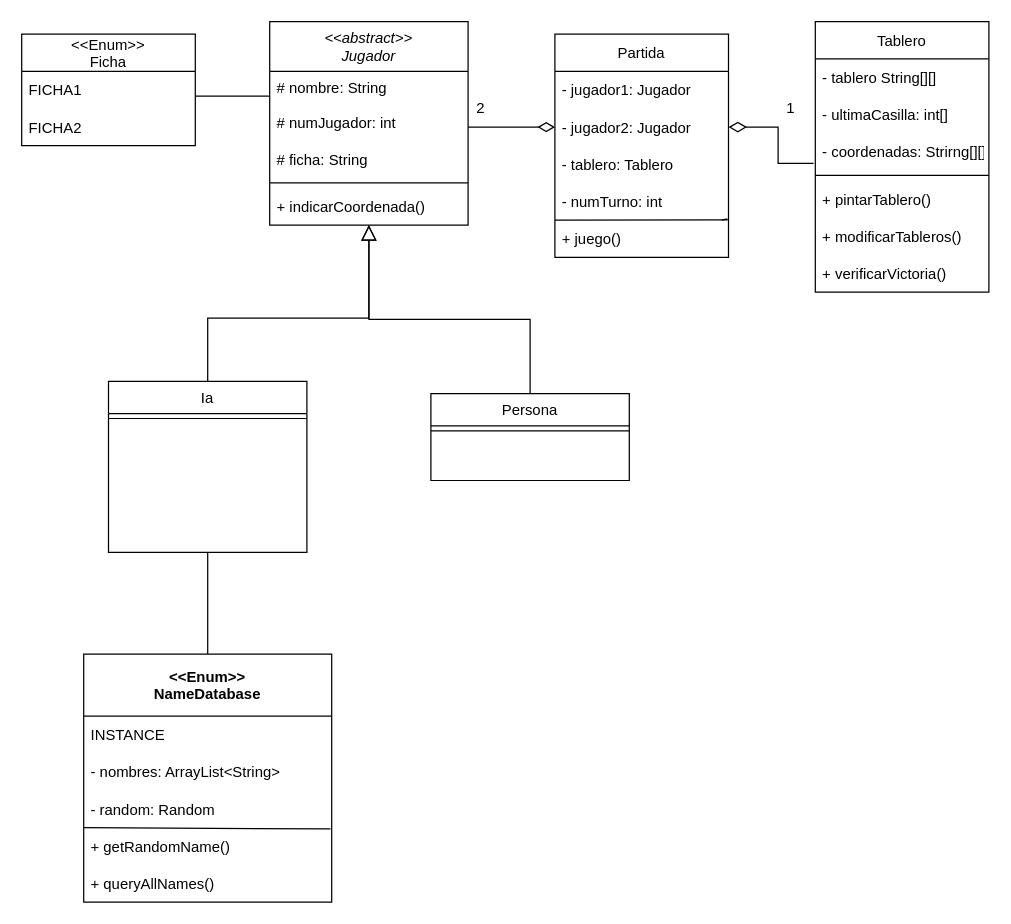
dquitor630/GoMoku keeps this draw.io diagram as src/diagramaDeClases/GoMokuClases.drawio. Above is the earlier version. Source tidied: cells renumbered, new cells numbered last; positions are measured from the earlier drawing's top-left corner, leaving out a move shared by most shapes. Both pictures are drawn from the tidied source at 124%, with x=0, y=0 at pixel (21, 21).
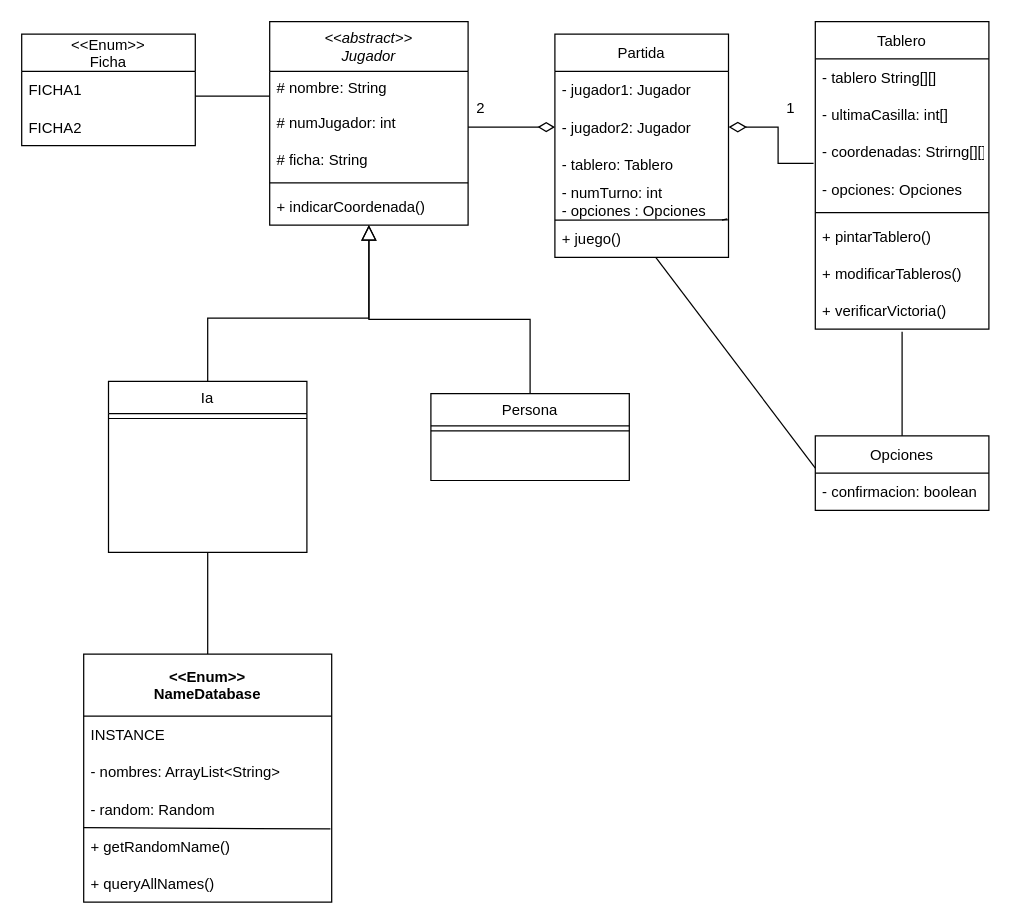
Above is the later version.

Commit message (it also covers changes not shown here):
Cambio en el diagrama de clases que no se añadio en el commit

Unchanged cells that the change refers to:
```xml
<mxCell id="30" value="Partida" style="swimlane;fontStyle=0;horizontal=1;startSize=30;" parent="1" vertex="1">
  <mxGeometry x="430" y="10" width="140" height="180" as="geometry" />
</mxCell>
<mxCell id="37" value="+ juego()" style="text;strokeColor=none;fillColor=none;align=left;verticalAlign=middle;spacingLeft=4;spacingRight=4;overflow=hidden;points=[[0,0.5],[1,0.5]];portConstraint=eastwest;" parent="30" vertex="1">
  <mxGeometry y="150" width="140" height="30" as="geometry" />
</mxCell>
```

The edit, as a diff of the source:
```diff
@@
     <mxCell id="22" value="Tablero" style="swimlane;fontStyle=0;horizontal=1;startSize=30;" parent="1" vertex="1">
-      <mxGeometry x="640" width="140" height="218" as="geometry" />
+      <mxGeometry x="640" width="140" height="248" as="geometry" />
     </mxCell>
@@
+    <mxCell id="46" value="- opciones: Opciones" style="text;strokeColor=none;fillColor=none;align=left;verticalAlign=middle;spacingLeft=4;spacingRight=4;overflow=hidden;" parent="22" vertex="1">
+      <mxGeometry y="120" width="140" height="30" as="geometry" />
+    </mxCell>
     <mxCell id="26" style="line;html=1;strokeWidth=1;align=left;verticalAlign=middle;spacingTop=-1;spacingLeft=3;spacingRight=3;labelPosition=right;" parent="22" vertex="1">
-      <mxGeometry y="120" width="140" height="8" as="geometry" />
+      <mxGeometry y="150" width="140" height="8" as="geometry" />
     </mxCell>
     <mxCell id="27" value="+ pintarTablero()" style="text;strokeColor=none;fillColor=none;align=left;verticalAlign=middle;spacingLeft=4;spacingRight=4;overflow=hidden;" parent="22" vertex="1">
-      <mxGeometry y="128" width="140" height="30" as="geometry" />
+      <mxGeometry y="158" width="140" height="30" as="geometry" />
     </mxCell>
     <mxCell id="28" value="+ modificarTableros()" style="text;strokeColor=none;fillColor=none;align=left;verticalAlign=middle;spacingLeft=4;spacingRight=4;overflow=hidden;" parent="22" vertex="1">
-      <mxGeometry y="158" width="140" height="30" as="geometry" />
+      <mxGeometry y="188" width="140" height="30" as="geometry" />
     </mxCell>
     <mxCell id="29" value="+ verificarVictoria()" style="text;strokeColor=none;fillColor=none;align=left;verticalAlign=middle;spacingLeft=4;spacingRight=4;overflow=hidden;" parent="22" vertex="1">
-      <mxGeometry y="188" width="140" height="30" as="geometry" />
+      <mxGeometry y="218" width="140" height="30" as="geometry" />
     </mxCell>
@@
-    <mxCell id="36" value="- numTurno: int" style="text;strokeColor=none;fillColor=none;align=left;verticalAlign=middle;spacingLeft=4;spacingRight=4;overflow=hidden;points=[[0,0.5],[1,0.5]];portConstraint=eastwest;" parent="30" vertex="1">
+    <mxCell id="36" value="- numTurno: int&#10;- opciones : Opciones" style="text;strokeColor=none;fillColor=none;align=left;verticalAlign=middle;spacingLeft=4;spacingRight=4;overflow=hidden;points=[[0,0.5],[1,0.5]];portConstraint=eastwest;" parent="30" vertex="1">
       <mxGeometry y="120" width="140" height="30" as="geometry" />
     </mxCell>
@@
+    <mxCell id="47" value="Opciones" style="swimlane;fontStyle=0;horizontal=1;startSize=30;" parent="1" vertex="1">
+      <mxGeometry x="640" y="334" width="140" height="60" as="geometry" />
+    </mxCell>
+    <mxCell id="48" value="- confirmacion: boolean" style="text;strokeColor=none;fillColor=none;align=left;verticalAlign=middle;spacingLeft=4;spacingRight=4;overflow=hidden;fontStyle=0;" parent="47" vertex="1">
+      <mxGeometry y="30" width="140" height="30" as="geometry" />
+    </mxCell>
+    <mxCell id="49" style="endArrow=none;html=1;rounded=0;exitX=0.5;exitY=0;exitDx=0;exitDy=0;" parent="1" edge="1" source="47">
+      <mxGeometry relative="1" as="geometry">
+        <mxPoint x="710" y="250" as="targetPoint" />
+      </mxGeometry>
+    </mxCell>
+    <mxCell id="50" style="endArrow=none;html=1;rounded=0;" parent="1" edge="1" source="37">
+      <mxGeometry relative="1" as="geometry">
+        <mxPoint x="640" y="360" as="targetPoint" />
+      </mxGeometry>
+    </mxCell>
```
